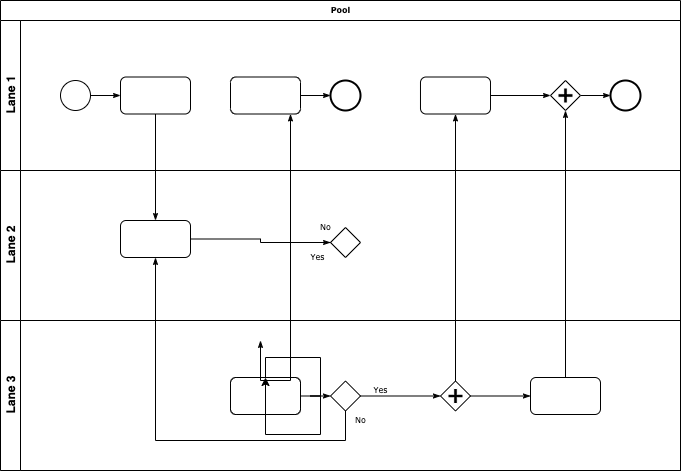
Before: Tester.png, a diagram exported from draw.io (jhelgueros/gargola). Source tidied: cells renumbered, new cells last; positions are measured from the earlier drawing's top-left corner, leaving out a move shared by most shapes.
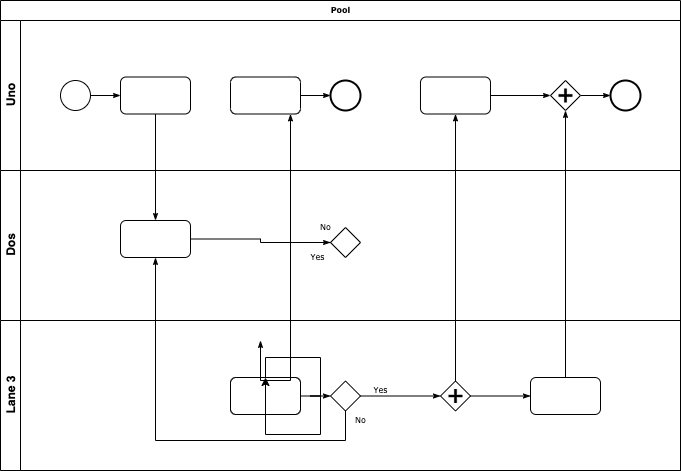
After the commit.

The edit, as a diff of the source:
```diff
@@ -5,7 +5,7 @@
     <mxCell id="2" value="Pool" style="swimlane;html=1;horizontal=1;startSize=20;rounded=0;shadow=0;labelBackgroundColor=none;strokeWidth=1;fontFamily=Verdana;fontSize=8;align=center;" parent="1" vertex="1">
       <mxGeometry width="680" height="470" as="geometry" />
     </mxCell>
-    <mxCell id="3" value="Lane 1" style="swimlane;html=1;startSize=20;horizontal=0;" parent="2" vertex="1">
+    <mxCell id="3" value="Uno&lt;br&gt;" style="swimlane;html=1;startSize=20;horizontal=0;" parent="2" vertex="1">
       <mxGeometry y="20" width="680" height="150" as="geometry" />
     </mxCell>
     <mxCell id="4" style="edgeStyle=orthogonalEdgeStyle;rounded=0;html=1;labelBackgroundColor=none;startArrow=none;startFill=0;startSize=5;endArrow=classicThin;endFill=1;endSize=5;jettySize=auto;strokeWidth=1;fontFamily=Verdana;fontSize=8;" parent="3" edge="1" source="5" target="6">
@@ -41,7 +41,7 @@
     <mxCell id="14" style="ellipse;whiteSpace=wrap;html=1;rounded=0;shadow=0;labelBackgroundColor=none;strokeWidth=2;fontFamily=Verdana;fontSize=8;align=center;" parent="3" vertex="1">
       <mxGeometry x="610" y="60" width="30" height="30" as="geometry" />
     </mxCell>
-    <mxCell id="15" value="Lane 2" style="swimlane;html=1;startSize=20;horizontal=0;" parent="2" vertex="1">
+    <mxCell id="15" value="Dos" style="swimlane;html=1;startSize=20;horizontal=0;" parent="2" vertex="1">
       <mxGeometry y="170" width="680" height="150" as="geometry" />
     </mxCell>
     <mxCell id="16" style="edgeStyle=orthogonalEdgeStyle;rounded=0;html=1;labelBackgroundColor=none;startArrow=none;startFill=0;startSize=5;endArrow=classicThin;endFill=1;endSize=5;jettySize=auto;strokeWidth=1;fontFamily=Verdana;fontSize=8;" parent="15" edge="1" source="17" target="18">
```
